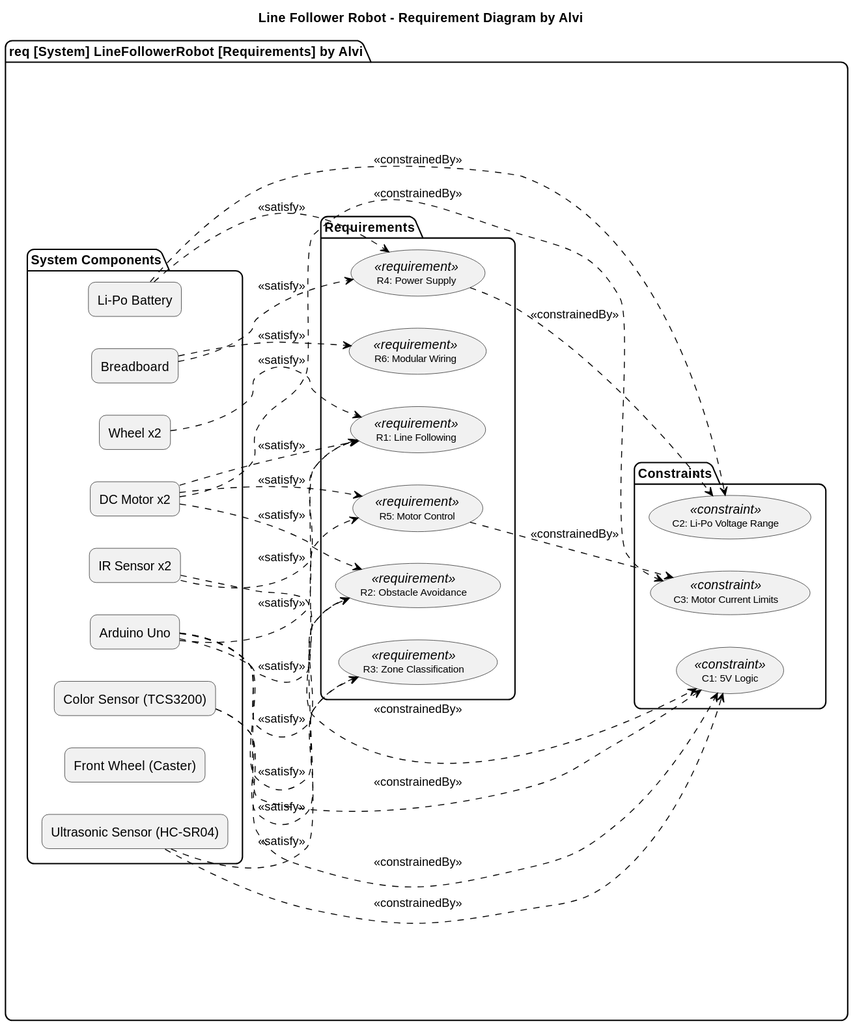
The PlantUML diagram Final SysML Diagram/requirement_diagram.svg in alvi231078/D2---Line-Follower-Robot, before a commit. Source of this version:
```plantuml
@startuml
title Line Follower Robot - Requirement Diagram by Alvi

left to right direction

skinparam {
  ArrowColor Black
  UsecaseFontSize 11
  ClassFontSize 11
  StereotypeFontSize 10
  StereotypeFontColor #AA3333
  RoundCorner 15
}

package "req [System] LineFollowerRobot [Requirements] by Alvi" {

  package "System Components" {
    rectangle "Arduino Uno" as Arduino
    rectangle "Ultrasonic Sensor (HC-SR04)" as Ultrasonic
    rectangle "IR Sensor x2" as IR
    rectangle "Color Sensor (TCS3200)" as ColorSensor
    rectangle "Breadboard" as Breadboard
    rectangle "DC Motor x2" as Motors
    rectangle "Wheel x2" as Wheels
    rectangle "Front Wheel (Caster)" as Caster
    rectangle "Li-Po Battery" as Battery
  }

  package "Requirements" {
    usecase "R1: Line Following" as R1 <<requirement>>
    usecase "R2: Obstacle Avoidance" as R2 <<requirement>>
    usecase "R3: Zone Classification" as R3 <<requirement>>
    usecase "R4: Power Supply" as R4 <<requirement>>
    usecase "R5: Motor Control" as R5 <<requirement>>
    usecase "R6: Modular Wiring" as R6 <<requirement>>
  }

  package "Constraints" {
    usecase "C1: 5V Logic" as C1 <<constraint>>
    usecase "C2: Li-Po Voltage Range" as C2 <<constraint>>
    usecase "C3: Motor Current Limits" as C3 <<constraint>>
  }

  Arduino ..> R1 : <<satisfy>>
  IR ..> R1 : <<satisfy>>
  Motors ..> R1 : <<satisfy>>
  Wheels ..> R1 : <<satisfy>>

  Arduino ..> R2 : <<satisfy>>
  Ultrasonic ..> R2 : <<satisfy>>
  Motors ..> R2 : <<satisfy>>

  Arduino ..> R3 : <<satisfy>>
  ColorSensor ..> R3 : <<satisfy>>

  Battery ..> R4 : <<satisfy>>
  Breadboard ..> R4 : <<satisfy>>

  Arduino ..> R5 : <<satisfy>>
  Motors ..> R5 : <<satisfy>>

  Breadboard ..> R6 : <<satisfy>>

  Arduino ..> C1 : <<constrainedBy>>
  Ultrasonic ..> C1 : <<constrainedBy>>
  IR ..> C1 : <<constrainedBy>>
  ColorSensor ..> C1 : <<constrainedBy>>

  Battery ..> C2 : <<constrainedBy>>
  R4 ..> C2 : <<constrainedBy>>

  Motors ..> C3 : <<constrainedBy>>
  R5 ..> C3 : <<constrainedBy>>
}
@enduml
```
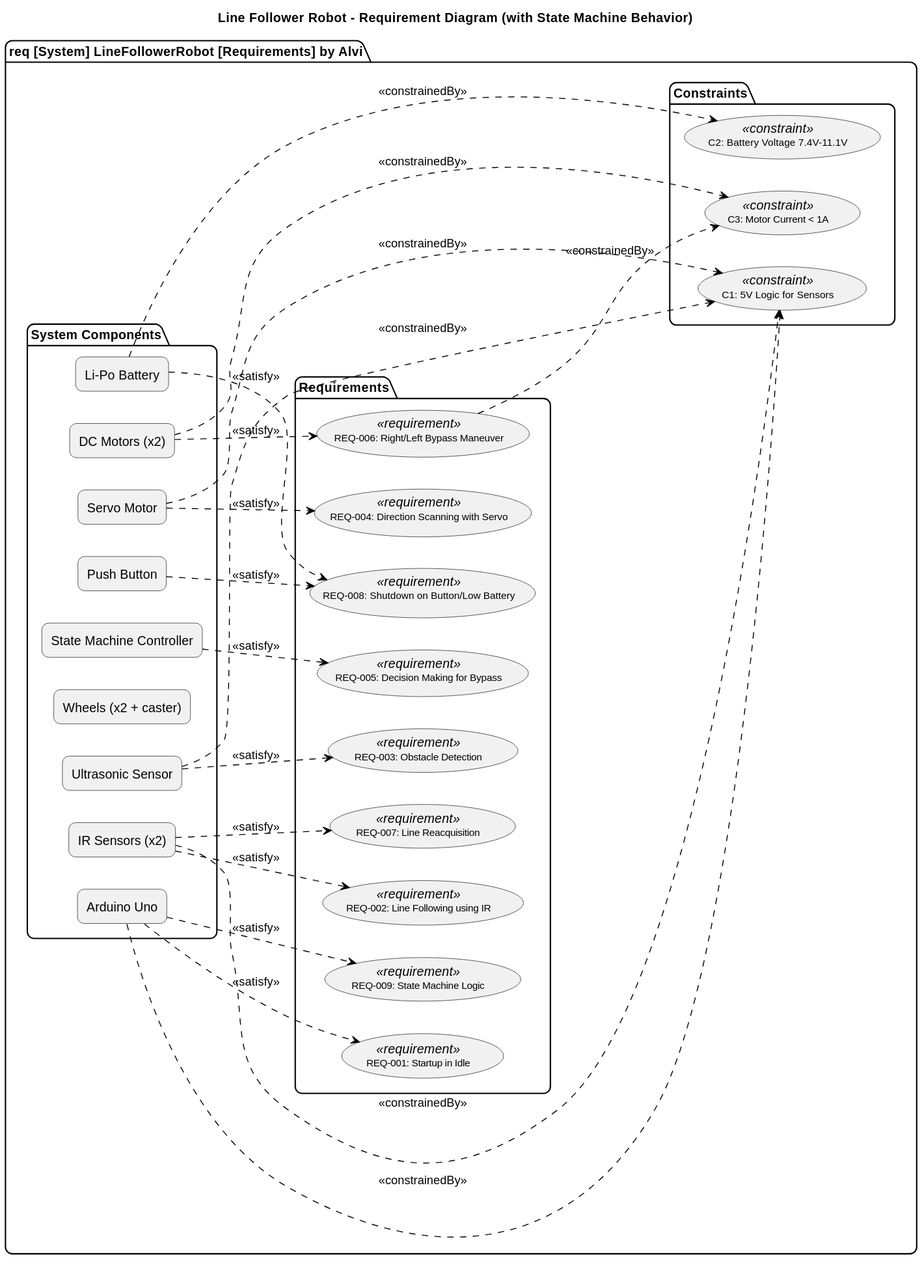
After the change.

What changed in the source:
```diff
@@ -1,5 +1,5 @@
 @startuml
-title Line Follower Robot - Requirement Diagram by Alvi
+title Line Follower Robot - Requirement Diagram (with State Machine Behavior)
 
 left to right direction
 
@@ -16,60 +16,52 @@
 
   package "System Components" {
     rectangle "Arduino Uno" as Arduino
-    rectangle "Ultrasonic Sensor (HC-SR04)" as Ultrasonic
-    rectangle "IR Sensor x2" as IR
-    rectangle "Color Sensor (TCS3200)" as ColorSensor
-    rectangle "Breadboard" as Breadboard
-    rectangle "DC Motor x2" as Motors
-    rectangle "Wheel x2" as Wheels
-    rectangle "Front Wheel (Caster)" as Caster
+    rectangle "IR Sensors (x2)" as IRSensors
+    rectangle "Ultrasonic Sensor" as Ultrasonic
+    rectangle "Servo Motor" as Servo
+    rectangle "DC Motors (x2)" as DCMotors
+    rectangle "Wheels (x2 + caster)" as Wheels
     rectangle "Li-Po Battery" as Battery
+    rectangle "Push Button" as Button
+    rectangle "State Machine Controller" as StateMachine
   }
 
   package "Requirements" {
-    usecase "R1: Line Following" as R1 <<requirement>>
-    usecase "R2: Obstacle Avoidance" as R2 <<requirement>>
-    usecase "R3: Zone Classification" as R3 <<requirement>>
-    usecase "R4: Power Supply" as R4 <<requirement>>
-    usecase "R5: Motor Control" as R5 <<requirement>>
-    usecase "R6: Modular Wiring" as R6 <<requirement>>
-  }
-
-  package "Constraints" {
-    usecase "C1: 5V Logic" as C1 <<constraint>>
-    usecase "C2: Li-Po Voltage Range" as C2 <<constraint>>
-    usecase "C3: Motor Current Limits" as C3 <<constraint>>
+    usecase "REQ-001: Startup in Idle" as R1 <<requirement>>
+    usecase "REQ-002: Line Following using IR" as R2 <<requirement>>
+    usecase "REQ-003: Obstacle Detection" as R3 <<requirement>>
+    usecase "REQ-004: Direction Scanning with Servo" as R4 <<requirement>>
+    usecase "REQ-005: Decision Making for Bypass" as R5 <<requirement>>
+    usecase "REQ-006: Right/Left Bypass Maneuver" as R6 <<requirement>>
+    usecase "REQ-007: Line Reacquisition" as R7 <<requirement>>
+    usecase "REQ-008: Shutdown on Button/Low Battery" as R8 <<requirement>>
+    usecase "REQ-009: State Machine Logic" as R9 <<requirement>>
   }
 
   Arduino ..> R1 : <<satisfy>>
-  IR ..> R1 : <<satisfy>>
-  Motors ..> R1 : <<satisfy>>
-  Wheels ..> R1 : <<satisfy>>
+  Arduino ..> R9 : <<satisfy>>
+  IRSensors ..> R2 : <<satisfy>>
+  Ultrasonic ..> R3 : <<satisfy>>
+  Servo ..> R4 : <<satisfy>>
+  StateMachine ..> R5 : <<satisfy>>
+  DCMotors ..> R6 : <<satisfy>>
+  IRSensors ..> R7 : <<satisfy>>
+  Button ..> R8 : <<satisfy>>
+  Battery ..> R8 : <<satisfy>>
 
-  Arduino ..> R2 : <<satisfy>>
-  Ultrasonic ..> R2 : <<satisfy>>
-  Motors ..> R2 : <<satisfy>>
+  package "Constraints" {
+    usecase "C1: 5V Logic for Sensors" as C1 <<constraint>>
+    usecase "C2: Battery Voltage 7.4V-11.1V" as C2 <<constraint>>
+    usecase "C3: Motor Current < 1A" as C3 <<constraint>>
+  }
 
-  Arduino ..> R3 : <<satisfy>>
-  ColorSensor ..> R3 : <<satisfy>>
-
-  Battery ..> R4 : <<satisfy>>
-  Breadboard ..> R4 : <<satisfy>>
-
-  Arduino ..> R5 : <<satisfy>>
-  Motors ..> R5 : <<satisfy>>
-
-  Breadboard ..> R6 : <<satisfy>>
-
+  IRSensors ..> C1 : <<constrainedBy>>
+  Ultrasonic ..> C1 : <<constrainedBy>>
+  Servo ..> C1 : <<constrainedBy>>
   Arduino ..> C1 : <<constrainedBy>>
-  Ultrasonic ..> C1 : <<constrainedBy>>
-  IR ..> C1 : <<constrainedBy>>
-  ColorSensor ..> C1 : <<constrainedBy>>
 
   Battery ..> C2 : <<constrainedBy>>
-  R4 ..> C2 : <<constrainedBy>>
-
-  Motors ..> C3 : <<constrainedBy>>
-  R5 ..> C3 : <<constrainedBy>>
+  DCMotors ..> C3 : <<constrainedBy>>
+  R6 ..> C3 : <<constrainedBy>>
 }
 @enduml
```
